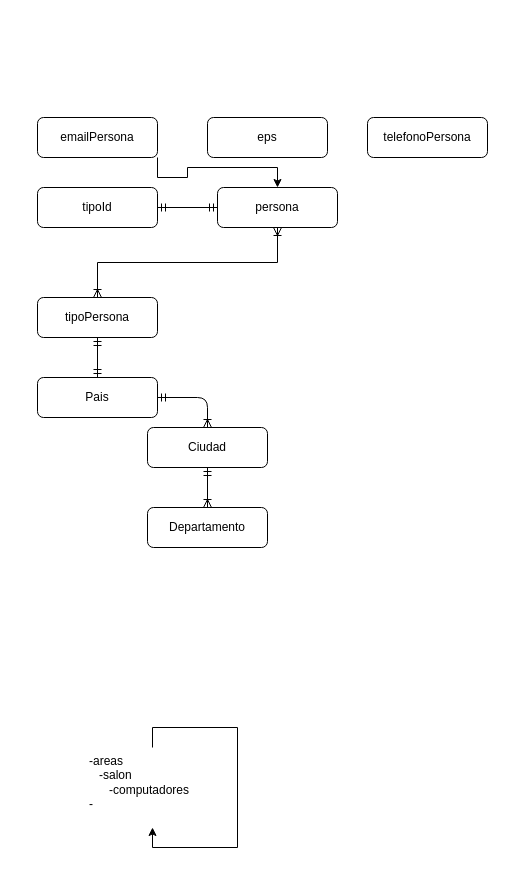
The draw.io diagram Untitled Diagram.drawio in NixonAmado/pry-bdCampus, before the edit. Source tidied: cells renumbered, new cells numbered last; positions are measured from the earlier drawing's top-left corner, leaving out a move shared by most shapes. Both pictures are drawn from the tidied source at 100%, with x=0, y=0 at pixel (37, 117).
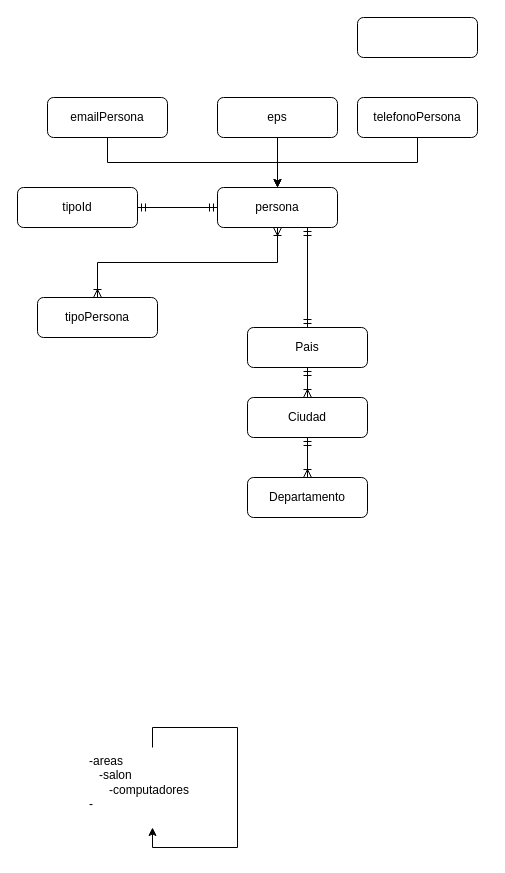
The same diagram, later.

Unchanged cells that the change refers to:
```xml
<mxCell id="7" value="persona" style="rounded=1;whiteSpace=wrap;html=1;" parent="1" vertex="1">
  <mxGeometry x="180" y="70" width="120" height="40" as="geometry" />
</mxCell>
<mxCell id="12" value="tipoPersona" style="rounded=1;whiteSpace=wrap;html=1;" parent="1" vertex="1">
  <mxGeometry y="180" width="120" height="40" as="geometry" />
</mxCell>
```

What changed in the source:
```diff
@@
+    <mxCell id="19" style="edgeStyle=orthogonalEdgeStyle;rounded=0;jettySize=auto;html=1;exitX=0.5;exitY=1;exitDx=0;exitDy=0;entryX=0.5;entryY=0;entryDx=0;entryDy=0;" parent="1" edge="1" source="2" target="7">
+      <mxGeometry relative="1" as="geometry" />
+    </mxCell>
     <mxCell id="2" value="eps" style="rounded=1;whiteSpace=wrap;html=1;" parent="1" vertex="1">
-      <mxGeometry x="170" width="120" height="40" as="geometry" />
+      <mxGeometry x="180" y="-20" width="120" height="40" as="geometry" />
     </mxCell>
@@
-    <mxCell id="5" style="edgeStyle=orthogonalEdgeStyle;rounded=0;jettySize=auto;html=1;exitX=1;exitY=1;exitDx=0;exitDy=0;" parent="1" edge="1" source="6" target="7">
+    <mxCell id="5" style="edgeStyle=orthogonalEdgeStyle;rounded=0;jettySize=auto;html=1;exitX=0.5;exitY=1;exitDx=0;exitDy=0;" parent="1" edge="1" source="6" target="7">
       <mxGeometry relative="1" as="geometry" />
     </mxCell>
     <mxCell id="6" value="emailPersona" style="rounded=1;whiteSpace=wrap;html=1;" parent="1" vertex="1">
-      <mxGeometry width="120" height="40" as="geometry" />
+      <mxGeometry x="10" y="-20" width="120" height="40" as="geometry" />
     </mxCell>
@@
+    <mxCell id="20" style="edgeStyle=orthogonalEdgeStyle;rounded=0;jettySize=auto;html=1;exitX=0.5;exitY=1;exitDx=0;exitDy=0;entryX=0.5;entryY=0;entryDx=0;entryDy=0;" parent="1" edge="1" source="8" target="7">
+      <mxGeometry relative="1" as="geometry" />
+    </mxCell>
     <mxCell id="8" value="telefonoPersona" style="rounded=1;whiteSpace=wrap;html=1;" parent="1" vertex="1">
-      <mxGeometry x="330" width="120" height="40" as="geometry" />
+      <mxGeometry x="320" y="-20" width="120" height="40" as="geometry" />
     </mxCell>
@@
     <mxCell id="10" value="tipoId" style="rounded=1;whiteSpace=wrap;html=1;" parent="1" vertex="1">
-      <mxGeometry y="70" width="120" height="40" as="geometry" />
+      <mxGeometry x="-20" y="70" width="120" height="40" as="geometry" />
     </mxCell>
@@
-    <mxCell id="13" style="edgeStyle=orthogonalEdgeStyle;rounded=0;jettySize=auto;html=1;exitX=0.5;exitY=0;exitDx=0;exitDy=0;entryX=0.5;entryY=1;entryDx=0;entryDy=0;endArrow=ERmandOne;endFill=0;startArrow=ERmandOne;startFill=0;" parent="1" edge="1" source="14" target="12">
+    <mxCell id="13" style="edgeStyle=orthogonalEdgeStyle;rounded=0;jettySize=auto;html=1;exitX=0.5;exitY=0;exitDx=0;exitDy=0;entryX=0.75;entryY=1;entryDx=0;entryDy=0;endArrow=ERmandOne;endFill=0;startArrow=ERmandOne;startFill=0;" parent="1" edge="1" source="14" target="7">
       <mxGeometry relative="1" as="geometry" />
     </mxCell>
     <mxCell id="14" value="Pais" style="rounded=1;whiteSpace=wrap;html=1;" parent="1" vertex="1">
-      <mxGeometry y="260" width="120" height="40" as="geometry" />
+      <mxGeometry x="210" y="210" width="120" height="40" as="geometry" />
     </mxCell>
@@
     <mxCell id="16" value="Departamento" style="rounded=1;whiteSpace=wrap;html=1;" parent="1" vertex="1">
-      <mxGeometry x="110" y="390" width="120" height="40" as="geometry" />
+      <mxGeometry x="210" y="360" width="120" height="40" as="geometry" />
     </mxCell>
-    <mxCell id="17" style="edgeStyle=orthogonalEdgeStyle;rounded=1;jettySize=auto;html=1;exitX=0.5;exitY=0;exitDx=0;exitDy=0;entryX=1;entryY=0.5;entryDx=0;entryDy=0;endArrow=ERmandOne;endFill=0;startArrow=ERoneToMany;startFill=0;" parent="1" edge="1" source="18" target="14">
+    <mxCell id="17" style="edgeStyle=orthogonalEdgeStyle;rounded=1;jettySize=auto;html=1;exitX=0.5;exitY=0;exitDx=0;exitDy=0;entryX=0.5;entryY=1;entryDx=0;entryDy=0;endArrow=ERmandOne;endFill=0;startArrow=ERoneToMany;startFill=0;" parent="1" edge="1" source="18" target="14">
       <mxGeometry relative="1" as="geometry" />
     </mxCell>
     <mxCell id="18" value="Ciudad" style="rounded=1;whiteSpace=wrap;html=1;" parent="1" vertex="1">
-      <mxGeometry x="110" y="310" width="120" height="40" as="geometry" />
+      <mxGeometry x="210" y="280" width="120" height="40" as="geometry" />
     </mxCell>
+    <mxCell id="21" style="rounded=1;whiteSpace=wrap;html=1;" parent="1" vertex="1">
+      <mxGeometry x="320" y="-100" width="120" height="40" as="geometry" />
+    </mxCell>
```
